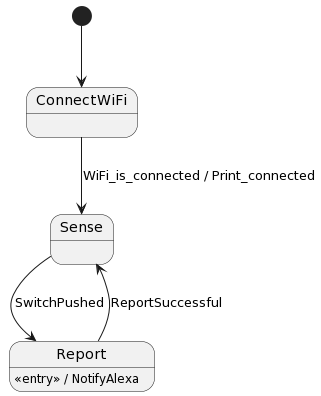
This is src/esp-12e-alexa-door-bell/fsm.plantuml.png from tekkies/esp-12e-alexa-door-bell, a PlantUML export, as it was before one commit.
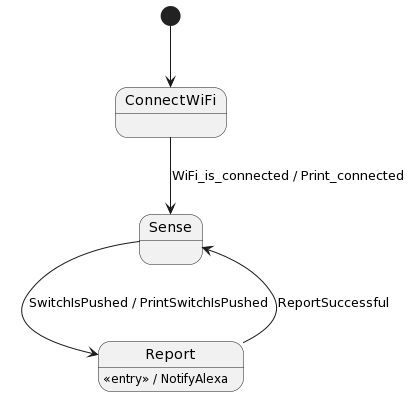
After the commit.

What changed in the source:
```diff
@@ -4,7 +4,7 @@
 
 ConnectWiFi --> Sense: WiFi_is_connected / Print_connected
 
-Sense --> Report: SwitchPushed
+Sense --> Report: SwitchIsPushed / PrintSwitchIsPushed
 
 Report : <<entry>> / NotifyAlexa
 
```
